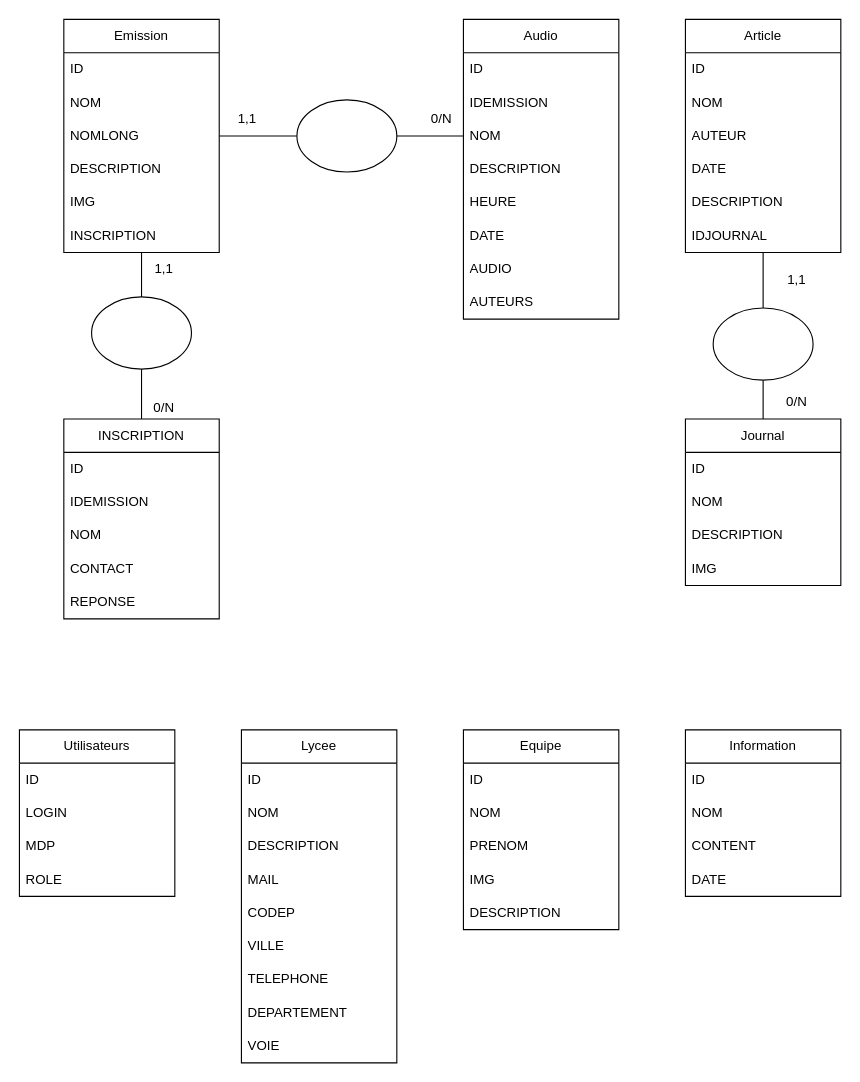
Above: doc/MCD.drawio in ben7821/WebRadio (draw.io), before the change. Source tidied: cells renumbered, new cells numbered last; positions are measured from the earlier drawing's top-left corner, leaving out a move shared by most shapes. Both pictures are drawn from the tidied source at 111%, with x=0, y=0 at pixel (19, 19).
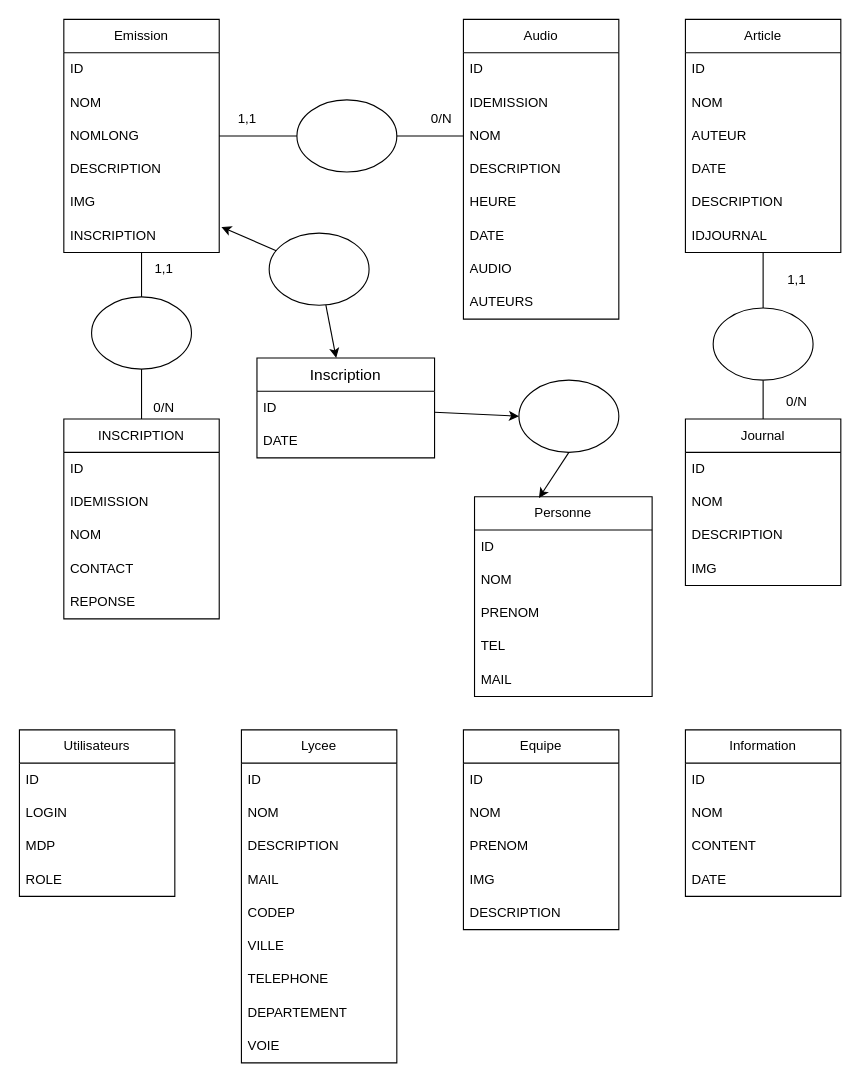
After the change.

Unchanged cells that the change refers to:
```xml
<mxCell id="8" value="INSCRIPTION" style="text;strokeColor=none;fillColor=none;align=left;verticalAlign=middle;spacingLeft=4;spacingRight=4;overflow=hidden;points=[[0,0.5],[1,0.5]];portConstraint=eastwest;whiteSpace=wrap;html=1;" parent="2" vertex="1">
  <mxGeometry y="180" width="140" height="30" as="geometry" />
</mxCell>
```

What changed in the source:
```diff
@@
+    <mxCell id="77" value="Personne" style="swimlane;fontStyle=0;horizontal=1;startSize=30;whiteSpace=wrap;html=1;" parent="1" vertex="1">
+      <mxGeometry x="410" y="430" width="160" height="180" as="geometry" />
+    </mxCell>
+    <mxCell id="78" value="ID" style="text;strokeColor=none;fillColor=none;align=left;verticalAlign=middle;spacingLeft=4;spacingRight=4;overflow=hidden;whiteSpace=wrap;html=1;" parent="77" vertex="1">
+      <mxGeometry y="30" width="160" height="30" as="geometry" />
+    </mxCell>
+    <mxCell id="79" value="NOM" style="text;strokeColor=none;fillColor=none;align=left;verticalAlign=middle;spacingLeft=4;spacingRight=4;overflow=hidden;whiteSpace=wrap;html=1;" parent="77" vertex="1">
+      <mxGeometry y="60" width="160" height="30" as="geometry" />
+    </mxCell>
+    <mxCell id="80" value="PRENOM&lt;span style=&quot;white-space: pre;&quot;&gt;&#9;&lt;/span&gt;" style="text;strokeColor=none;fillColor=none;align=left;verticalAlign=middle;spacingLeft=4;spacingRight=4;overflow=hidden;whiteSpace=wrap;html=1;" parent="77" vertex="1">
+      <mxGeometry y="90" width="160" height="30" as="geometry" />
+    </mxCell>
+    <mxCell id="81" value="TEL" style="text;strokeColor=none;fillColor=none;align=left;verticalAlign=middle;spacingLeft=4;spacingRight=4;overflow=hidden;whiteSpace=wrap;html=1;" parent="77" vertex="1">
+      <mxGeometry y="120" width="160" height="30" as="geometry" />
+    </mxCell>
+    <mxCell id="82" value="MAIL" style="text;strokeColor=none;fillColor=none;align=left;verticalAlign=middle;spacingLeft=4;spacingRight=4;overflow=hidden;whiteSpace=wrap;html=1;" parent="77" vertex="1">
+      <mxGeometry y="150" width="160" height="30" as="geometry" />
+    </mxCell>
+    <mxCell id="83" value="&lt;span style=&quot;font-size: 14px;&quot;&gt;Inscription&lt;/span&gt;" style="swimlane;fontStyle=0;horizontal=1;startSize=30;whiteSpace=wrap;html=1;" parent="1" vertex="1">
+      <mxGeometry x="214" y="305" width="160" height="90" as="geometry" />
+    </mxCell>
+    <mxCell id="84" value="ID" style="text;strokeColor=none;fillColor=none;align=left;verticalAlign=middle;spacingLeft=4;spacingRight=4;overflow=hidden;points=[[0,0.5],[1,0.5]];portConstraint=eastwest;whiteSpace=wrap;html=1;" parent="83" vertex="1">
+      <mxGeometry y="30" width="160" height="30" as="geometry" />
+    </mxCell>
+    <mxCell id="85" value="DATE" style="text;strokeColor=none;fillColor=none;align=left;verticalAlign=middle;spacingLeft=4;spacingRight=4;overflow=hidden;whiteSpace=wrap;html=1;" parent="83" vertex="1">
+      <mxGeometry y="60" width="160" height="30" as="geometry" />
+    </mxCell>
+    <mxCell id="86" style="edgeStyle=none;html=1;entryX=1.014;entryY=0.233;entryDx=0;entryDy=0;entryPerimeter=0;fontSize=14;" parent="1" edge="1" source="88" target="8">
+      <mxGeometry relative="1" as="geometry" />
+    </mxCell>
+    <mxCell id="87" style="edgeStyle=none;html=1;fontSize=14;" parent="1" edge="1" source="88" target="83">
+      <mxGeometry relative="1" as="geometry" />
+    </mxCell>
+    <mxCell id="88" style="ellipse;whiteSpace=wrap;html=1;" parent="1" vertex="1">
+      <mxGeometry x="225" y="192.5" width="90" height="65" as="geometry" />
+    </mxCell>
+    <mxCell id="89" style="edgeStyle=none;html=1;exitX=0.5;exitY=1;exitDx=0;exitDy=0;entryX=0.363;entryY=0.006;entryDx=0;entryDy=0;fontSize=14;entryPerimeter=0;" parent="1" edge="1" source="90" target="77">
+      <mxGeometry relative="1" as="geometry" />
+    </mxCell>
+    <mxCell id="90" style="ellipse;whiteSpace=wrap;html=1;" parent="1" vertex="1">
+      <mxGeometry x="450" y="325" width="90" height="65" as="geometry" />
+    </mxCell>
+    <mxCell id="91" style="edgeStyle=none;html=1;entryX=0;entryY=0.5;entryDx=0;entryDy=0;fontSize=14;" parent="1" edge="1" source="84" target="90">
+      <mxGeometry relative="1" as="geometry" />
+    </mxCell>
```
